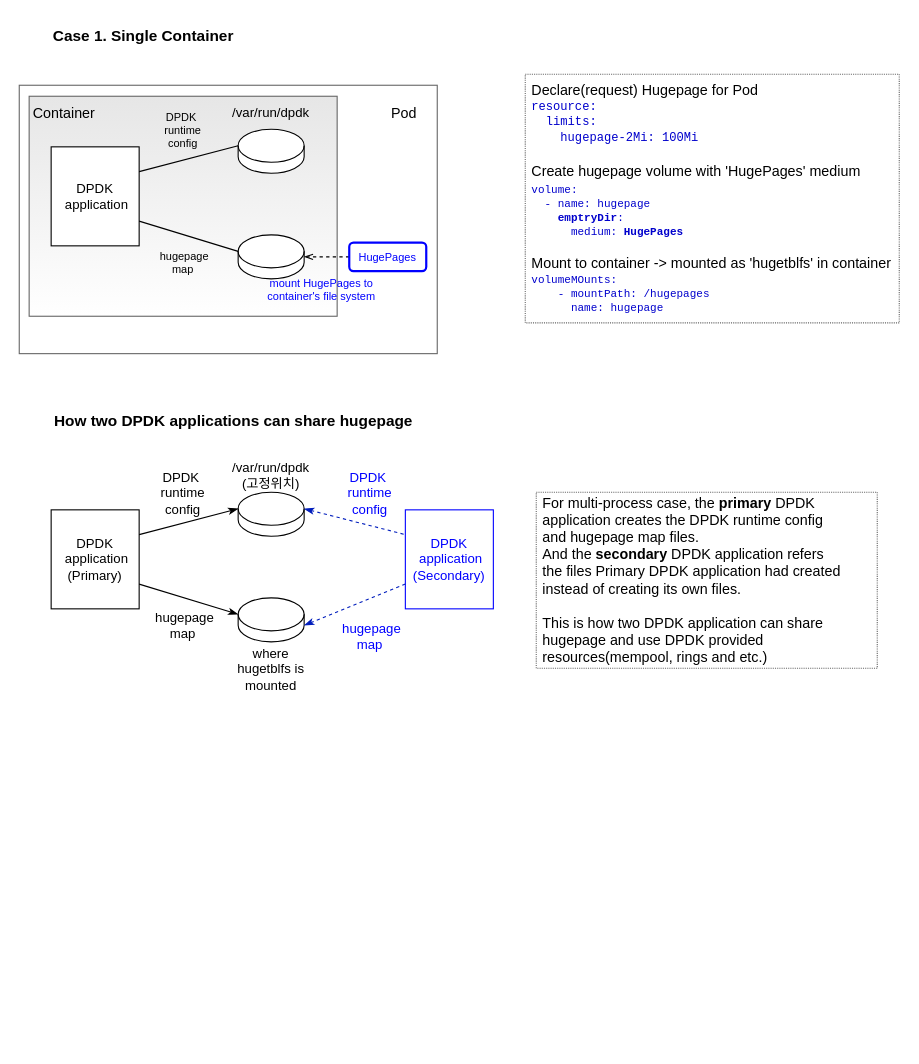
The draw.io diagram page "How to run DPDK in a k8s" (3 of 3) of dpdk multi-process.drawio in cychong47/how-to-share-hugepage-in-k8s, before the edit. Source tidied: cells renumbered, new cells numbered last; positions are measured from the earlier drawing's top-left corner, leaving out a move shared by most shapes. Both pictures are drawn from the tidied source at 110%, with x=0, y=0 at pixel (19, 19).
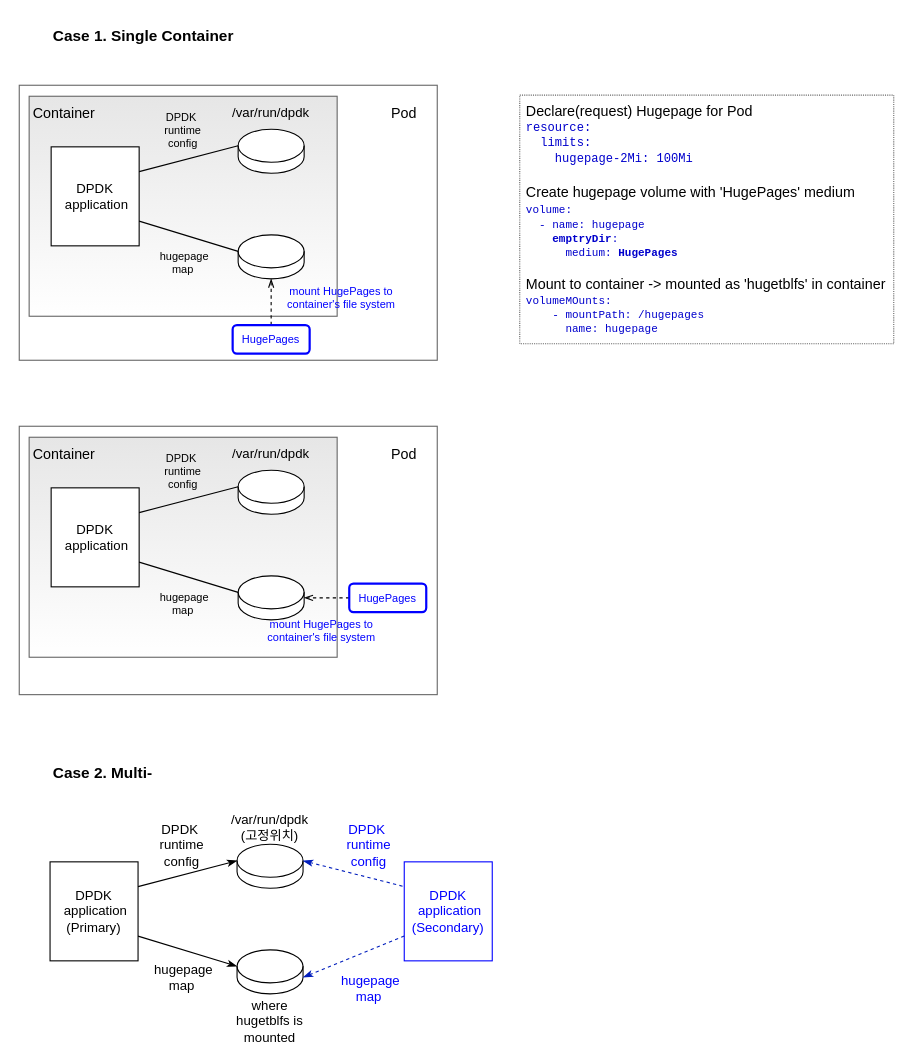
Above is the later version.

The edit, as a diff of the source:
```diff
@@
     <mxCell id="2" style="rounded=0;whiteSpace=wrap;html=1;fontSize=14;fontColor=#0000FF;strokeColor=#666666;fillColor=none;strokeWidth=1;glass=0;sketch=0;gradientColor=#ffffff;" parent="1" vertex="1">
-      <mxGeometry y="60" width="380" height="244" as="geometry" />
+      <mxGeometry y="60" width="380" height="250" as="geometry" />
     </mxCell>
@@
     <mxCell id="4" value="DPDK &amp;nbsp;application&lt;br&gt;(Primary)" style="rounded=0;whiteSpace=wrap;html=1;" parent="1" vertex="1">
-      <mxGeometry x="29" y="446" width="80" height="90" as="geometry" />
+      <mxGeometry x="28" y="766" width="80" height="90" as="geometry" />
     </mxCell>
     <mxCell id="5" style="shape=cylinder3;whiteSpace=wrap;html=1;boundedLbl=1;backgroundOutline=1;size=15;" parent="1" vertex="1">
-      <mxGeometry x="199" y="526" width="60" height="40" as="geometry" />
+      <mxGeometry x="198" y="846" width="60" height="40" as="geometry" />
     </mxCell>
     <mxCell id="6" style="shape=cylinder3;whiteSpace=wrap;html=1;boundedLbl=1;backgroundOutline=1;size=15;" parent="1" vertex="1">
-      <mxGeometry x="199" y="430" width="60" height="40" as="geometry" />
+      <mxGeometry x="198" y="750" width="60" height="40" as="geometry" />
     </mxCell>
     <mxCell id="7" value="where hugetblfs is mounted" style="text;html=1;strokeColor=none;fillColor=none;align=center;verticalAlign=middle;whiteSpace=wrap;rounded=0;" parent="1" vertex="1">
-      <mxGeometry x="189" y="576" width="80" height="30" as="geometry" />
+      <mxGeometry x="188" y="896" width="80" height="30" as="geometry" />
     </mxCell>
     <mxCell id="8" value="DPDK&amp;nbsp;&lt;br&gt;runtime&lt;br&gt;config" style="text;html=1;strokeColor=none;fillColor=none;align=center;verticalAlign=middle;whiteSpace=wrap;rounded=0;" parent="1" vertex="1">
-      <mxGeometry x="119" y="416" width="60" height="30" as="geometry" />
+      <mxGeometry x="118" y="736" width="60" height="30" as="geometry" />
     </mxCell>
@@
     <mxCell id="11" value="/var/run/dpdk&lt;br&gt;(고정위치)" style="text;html=1;strokeColor=none;fillColor=none;align=center;verticalAlign=middle;whiteSpace=wrap;rounded=0;" parent="1" vertex="1">
-      <mxGeometry x="199" y="400" width="60" height="30" as="geometry" />
+      <mxGeometry x="198" y="720" width="60" height="30" as="geometry" />
     </mxCell>
     <mxCell id="12" value="&amp;nbsp;hugepage&lt;br&gt;map" style="text;html=1;strokeColor=none;fillColor=none;align=center;verticalAlign=middle;whiteSpace=wrap;rounded=0;" parent="1" vertex="1">
-      <mxGeometry x="119" y="536" width="60" height="30" as="geometry" />
+      <mxGeometry x="118" y="856" width="60" height="30" as="geometry" />
     </mxCell>
     <mxCell id="13" value="DPDK &amp;nbsp;application&lt;br&gt;(Secondary)" style="rounded=0;whiteSpace=wrap;html=1;strokeColor=#0000FF;fontColor=#0000FF;" parent="1" vertex="1">
-      <mxGeometry x="351" y="446" width="80" height="90" as="geometry" />
+      <mxGeometry x="350" y="766" width="80" height="90" as="geometry" />
     </mxCell>
@@
     <mxCell id="16" value="&amp;nbsp;hugepage&lt;br&gt;map" style="text;html=1;strokeColor=none;fillColor=none;align=center;verticalAlign=middle;whiteSpace=wrap;rounded=0;fontColor=#0000FF;" parent="1" vertex="1">
-      <mxGeometry x="289" y="546" width="60" height="30" as="geometry" />
+      <mxGeometry x="288" y="866" width="60" height="30" as="geometry" />
     </mxCell>
     <mxCell id="17" value="DPDK&amp;nbsp;&lt;br&gt;runtime&lt;br&gt;config" style="text;html=1;strokeColor=none;fillColor=none;align=center;verticalAlign=middle;whiteSpace=wrap;rounded=0;fontColor=#0000FF;" parent="1" vertex="1">
-      <mxGeometry x="289" y="416" width="60" height="30" as="geometry" />
+      <mxGeometry x="288" y="736" width="60" height="30" as="geometry" />
     </mxCell>
-    <mxCell id="18" value="&lt;div&gt;&lt;font size=&quot;2&quot;&gt;For multi-process case, the&amp;nbsp;&lt;b&gt;primary&lt;/b&gt; DPDK application creates the DPDK runtime config and&amp;nbsp;hugepage map files.&amp;nbsp;&lt;/font&gt;&lt;/div&gt;&lt;div&gt;&lt;font size=&quot;2&quot;&gt;And the &lt;b&gt;secondary&lt;/b&gt;&amp;nbsp;DPDK&amp;nbsp;application refers the&amp;nbsp;files Primary DPDK&amp;nbsp;application had created instead of creating its own files.&lt;/font&gt;&lt;/div&gt;&lt;div&gt;&lt;font size=&quot;2&quot;&gt;&lt;br&gt;&lt;/font&gt;&lt;/div&gt;&lt;div&gt;&lt;font size=&quot;2&quot;&gt;This is how two DPDK&amp;nbsp;application can share hugepage and use DPDK provided resources(mempool, rings and etc.)&lt;/font&gt;&lt;/div&gt;" style="text;html=1;strokeColor=#666666;fillColor=none;align=left;verticalAlign=middle;whiteSpace=wrap;rounded=0;fontFamily=Helvetica;dashed=1;spacing=6;dashPattern=1 1;" parent="1" vertex="1">
-      <mxGeometry x="470" y="430" width="310" height="160" as="geometry" />
-    </mxCell>
-    <mxCell id="19" value="How two DPDK applications can share hugepage" style="text;html=1;strokeColor=none;fillColor=none;align=left;verticalAlign=middle;whiteSpace=wrap;rounded=0;fontSize=14;fontStyle=1;" parent="1" vertex="1">
-      <mxGeometry x="30" y="350" width="360" height="30" as="geometry" />
+    <mxCell id="19" value="Case 2. Multi-" style="text;html=1;strokeColor=none;fillColor=none;align=left;verticalAlign=middle;whiteSpace=wrap;rounded=0;fontSize=14;fontStyle=1;" parent="1" vertex="1">
+      <mxGeometry x="29" y="670" width="360" height="30" as="geometry" />
     </mxCell>
@@
     <mxCell id="24" value="&lt;font style=&quot;font-size: 10px;&quot;&gt;mount HugePages to container's file system&lt;/font&gt;" style="text;html=1;strokeColor=none;fillColor=none;align=center;verticalAlign=middle;whiteSpace=wrap;rounded=0;fontSize=10;fontColor=#0000FF;" parent="1" vertex="1">
-      <mxGeometry x="220" y="229" width="110" height="34" as="geometry" />
+      <mxGeometry x="238" y="236" width="110" height="34" as="geometry" />
     </mxCell>
@@
     <mxCell id="31" value="HugePages" style="rounded=1;whiteSpace=wrap;html=1;fontSize=10;fontColor=#0000FF;strokeColor=#0000FF;strokeWidth=2;fillColor=none;" parent="1" vertex="1">
-      <mxGeometry x="300" y="203" width="70" height="26" as="geometry" />
+      <mxGeometry x="194" y="278" width="70" height="26" as="geometry" />
     </mxCell>
     <mxCell id="32" value="&lt;div&gt;&lt;font size=&quot;2&quot;&gt;Declare(request) Hugepage for Pod&lt;/font&gt;&lt;/div&gt;&lt;div style=&quot;font-size: 11px&quot;&gt;&lt;/div&gt;&lt;div style=&quot;font-size: 11px&quot;&gt;&lt;font color=&quot;#0000cc&quot; style=&quot;font-size: 11px&quot; face=&quot;Courier New&quot;&gt;resource:&lt;/font&gt;&lt;/div&gt;&lt;div style=&quot;font-size: 11px&quot;&gt;&lt;font color=&quot;#0000cc&quot; style=&quot;font-size: 11px&quot; face=&quot;Courier New&quot;&gt;&amp;nbsp; limits:&lt;/font&gt;&lt;/div&gt;&lt;div style=&quot;font-size: 11px&quot;&gt;&lt;font color=&quot;#0000cc&quot; style=&quot;font-size: 11px&quot; face=&quot;Courier New&quot;&gt;&amp;nbsp; &amp;nbsp; hugepage-2Mi: 100Mi&lt;/font&gt;&lt;/div&gt;&lt;div&gt;&lt;font size=&quot;2&quot;&gt;&lt;br&gt;&lt;/font&gt;&lt;/div&gt;&lt;div&gt;&lt;font size=&quot;2&quot;&gt;Create hugepage volume with 'HugePages' medium&lt;/font&gt;&lt;/div&gt;&lt;div&gt;&lt;span style=&quot;font-size: 10px ; color: rgb(0 , 0 , 204) ; font-family: &amp;#34;courier new&amp;#34;&quot;&gt;volume:&lt;/span&gt;&lt;br&gt;&lt;/div&gt;&lt;div style=&quot;font-size: 10px&quot;&gt;&lt;font face=&quot;Courier New&quot; style=&quot;font-size: 10px&quot; color=&quot;#0000cc&quot;&gt;&lt;font style=&quot;font-size: 10px&quot;&gt;&amp;nbsp;&lt;/font&gt;&lt;font style=&quot;font-size: 10px&quot;&gt; - name: hugepage&lt;/font&gt;&lt;/font&gt;&lt;/div&gt;&lt;div style=&quot;font-size: 10px&quot;&gt;&lt;font face=&quot;Courier New&quot; style=&quot;font-size: 10px&quot; color=&quot;#0000cc&quot;&gt;&amp;nbsp; &amp;nbsp; &lt;b&gt;emptryDir&lt;/b&gt;:&lt;/font&gt;&lt;/div&gt;&lt;div style=&quot;font-size: 10px&quot;&gt;&lt;font face=&quot;Courier New&quot; style=&quot;font-size: 10px&quot; color=&quot;#0000cc&quot;&gt;&amp;nbsp; &amp;nbsp; &amp;nbsp; medium: &lt;b&gt;HugePages&lt;/b&gt;&lt;/font&gt;&lt;/div&gt;&lt;div&gt;&lt;br&gt;&lt;/div&gt;&lt;div&gt;&lt;font size=&quot;2&quot;&gt;Mount to container -&amp;gt; mounted as 'hugetblfs' in container&lt;/font&gt;&lt;/div&gt;&lt;div style=&quot;font-size: 10px&quot;&gt;&lt;font color=&quot;#0000cc&quot; style=&quot;font-size: 10px&quot; face=&quot;Courier New&quot;&gt;volumeMOunts:&lt;/font&gt;&lt;/div&gt;&lt;div style=&quot;font-size: 10px&quot;&gt;&lt;font color=&quot;#0000cc&quot; style=&quot;font-size: 10px&quot; face=&quot;Courier New&quot;&gt;&amp;nbsp; &amp;nbsp; - mountPath: /hugepages&lt;/font&gt;&lt;/div&gt;&lt;div style=&quot;font-size: 10px&quot;&gt;&lt;font color=&quot;#0000cc&quot; style=&quot;font-size: 10px&quot; face=&quot;Courier New&quot;&gt;&amp;nbsp; &amp;nbsp; &amp;nbsp; name: hugepage&lt;/font&gt;&lt;/div&gt;" style="text;html=1;strokeColor=#666666;fillColor=none;align=left;verticalAlign=middle;whiteSpace=wrap;rounded=0;fontFamily=Helvetica;dashed=1;spacing=6;dashPattern=1 1;" parent="1" vertex="1">
-      <mxGeometry x="460" y="50" width="340" height="226" as="geometry" />
+      <mxGeometry x="455" y="69" width="340" height="226" as="geometry" />
     </mxCell>
@@
+    <mxCell id="35" style="rounded=0;whiteSpace=wrap;html=1;fontSize=14;fontColor=#0000FF;strokeColor=#666666;fillColor=none;strokeWidth=1;glass=0;sketch=0;gradientColor=#ffffff;" parent="1" vertex="1">
+      <mxGeometry y="370" width="380" height="244" as="geometry" />
+    </mxCell>
+    <mxCell id="36" style="rounded=0;whiteSpace=wrap;html=1;fontSize=14;fontColor=#0000FF;strokeColor=#666666;fillColor=#E6E6E6;strokeWidth=1;gradientColor=#ffffff;" parent="1" vertex="1">
+      <mxGeometry x="9" y="380" width="280" height="200" as="geometry" />
+    </mxCell>
+    <mxCell id="37" value="DPDK &amp;nbsp;application" style="rounded=0;whiteSpace=wrap;html=1;" parent="1" vertex="1">
+      <mxGeometry x="29" y="426" width="80" height="90" as="geometry" />
+    </mxCell>
+    <mxCell id="38" style="shape=cylinder3;whiteSpace=wrap;html=1;boundedLbl=1;backgroundOutline=1;size=15;" parent="1" vertex="1">
+      <mxGeometry x="199" y="506" width="60" height="40" as="geometry" />
+    </mxCell>
+    <mxCell id="39" style="shape=cylinder3;whiteSpace=wrap;html=1;boundedLbl=1;backgroundOutline=1;size=15;" parent="1" vertex="1">
+      <mxGeometry x="199" y="410" width="60" height="40" as="geometry" />
+    </mxCell>
+    <mxCell id="40" value="&lt;font style=&quot;font-size: 10px;&quot;&gt;mount HugePages to container's file system&lt;/font&gt;" style="text;html=1;strokeColor=none;fillColor=none;align=center;verticalAlign=middle;whiteSpace=wrap;rounded=0;fontSize=10;fontColor=#0000FF;" parent="1" vertex="1">
+      <mxGeometry x="220" y="539" width="110" height="34" as="geometry" />
+    </mxCell>
+    <mxCell id="41" value="DPDK&amp;nbsp;&lt;br style=&quot;font-size: 10px;&quot;&gt;runtime&lt;br style=&quot;font-size: 10px;&quot;&gt;config" style="text;html=1;strokeColor=none;fillColor=none;align=center;verticalAlign=middle;whiteSpace=wrap;rounded=0;fontSize=10;" parent="1" vertex="1">
+      <mxGeometry x="119" y="396" width="60" height="30" as="geometry" />
+    </mxCell>
+    <mxCell id="42" style="endArrow=none;html=1;rounded=0;exitX=0;exitY=0;exitDx=0;exitDy=15;exitPerimeter=0;endFill=0;startArrow=none;startFill=0;entryX=1;entryY=0.75;entryDx=0;entryDy=0;" parent="1" edge="1" source="38" target="37">
+      <mxGeometry relative="1" as="geometry" />
+    </mxCell>
+    <mxCell id="43" style="endArrow=none;html=1;rounded=0;entryX=1;entryY=0.25;entryDx=0;entryDy=0;startArrow=none;startFill=0;exitX=0;exitY=0;exitDx=0;exitDy=15;exitPerimeter=0;" parent="1" edge="1" source="39" target="37">
+      <mxGeometry relative="1" as="geometry" />
+    </mxCell>
+    <mxCell id="44" value="/var/run/dpdk" style="text;html=1;strokeColor=none;fillColor=none;align=center;verticalAlign=middle;whiteSpace=wrap;rounded=0;" parent="1" vertex="1">
+      <mxGeometry x="199" y="380" width="60" height="30" as="geometry" />
+    </mxCell>
+    <mxCell id="45" value="&amp;nbsp;hugepage&lt;br style=&quot;font-size: 10px;&quot;&gt;map" style="text;html=1;strokeColor=none;fillColor=none;align=center;verticalAlign=middle;whiteSpace=wrap;rounded=0;fontSize=10;" parent="1" vertex="1">
+      <mxGeometry x="119" y="516" width="60" height="30" as="geometry" />
+    </mxCell>
+    <mxCell id="46" style="edgeStyle=orthogonalEdgeStyle;rounded=0;jettySize=auto;html=1;dashed=1;fontSize=10;fontColor=#0000FF;strokeWidth=1;endArrow=openThin;endFill=0;" parent="1" edge="1" source="47" target="38">
+      <mxGeometry relative="1" as="geometry" />
+    </mxCell>
+    <mxCell id="47" value="HugePages" style="rounded=1;whiteSpace=wrap;html=1;fontSize=10;fontColor=#0000FF;strokeColor=#0000FF;strokeWidth=2;fillColor=none;" parent="1" vertex="1">
+      <mxGeometry x="300" y="513" width="70" height="26" as="geometry" />
+    </mxCell>
+    <mxCell id="48" value="&lt;font face=&quot;Helvetica&quot; color=&quot;#000000&quot; size=&quot;1&quot;&gt;&lt;span style=&quot;font-size: 13px&quot;&gt;Pod&lt;/span&gt;&lt;/font&gt;" style="text;html=1;strokeColor=none;fillColor=none;align=center;verticalAlign=middle;whiteSpace=wrap;rounded=0;shadow=1;glass=0;sketch=0;fontFamily=Courier New;fontSize=10;fontColor=#0000CC;" parent="1" vertex="1">
+      <mxGeometry x="320" y="380" width="60" height="30" as="geometry" />
+    </mxCell>
+    <mxCell id="49" value="&lt;font face=&quot;Helvetica&quot; color=&quot;#000000&quot; size=&quot;1&quot;&gt;&lt;span style=&quot;font-size: 13px&quot;&gt;Container&lt;/span&gt;&lt;/font&gt;" style="text;html=1;strokeColor=none;fillColor=none;align=center;verticalAlign=middle;whiteSpace=wrap;rounded=0;shadow=1;glass=0;sketch=0;fontFamily=Courier New;fontSize=10;fontColor=#0000CC;" parent="1" vertex="1">
+      <mxGeometry x="11" y="380" width="60" height="30" as="geometry" />
+    </mxCell>
```
